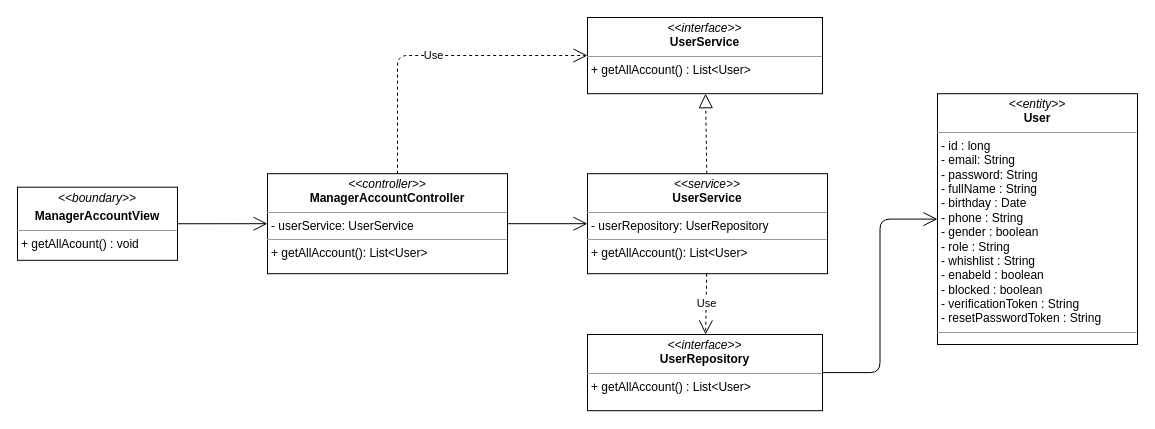
The draw.io diagram class diagram/manager-user-class-diagram.drawio in nguyenphamvan/datn_20202, before the edit. Source tidied: cells renumbered, new cells numbered last; positions are measured from the earlier drawing's top-left corner, leaving out a move shared by most shapes. Both pictures are drawn from the tidied source at 100%, with x=0, y=0 at pixel (17, 17).
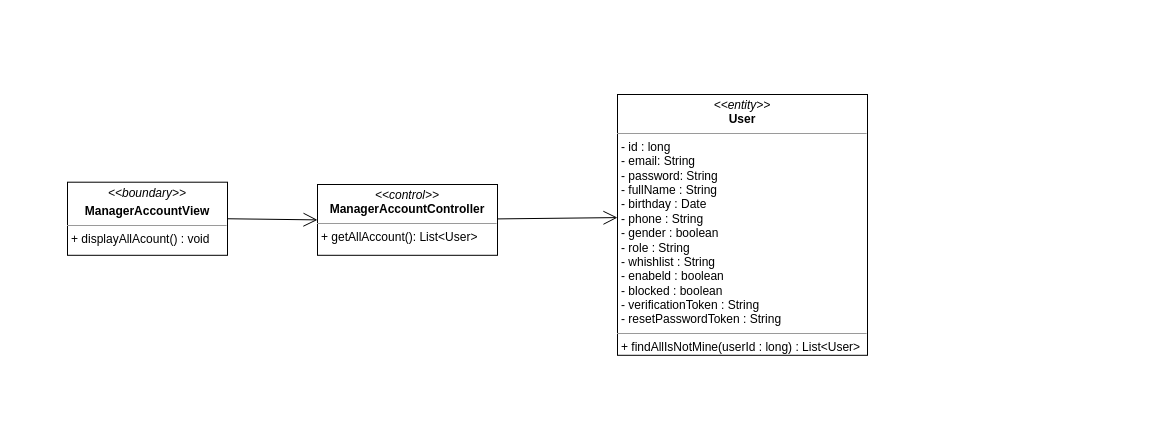
The same page after the edit.

Diff of the diagram source:
```diff
@@
 <mxGraphModel>
   <root>
     <mxCell id="0" />
     <mxCell id="1" parent="0" />
-    <mxCell id="2" value="&lt;p style=&quot;margin: 0px ; margin-top: 4px ; text-align: center&quot;&gt;&lt;i&gt;&amp;lt;&amp;lt;boundary&amp;gt;&amp;gt;&lt;/i&gt;&lt;/p&gt;&lt;p style=&quot;margin: 0px ; margin-top: 4px ; text-align: center&quot;&gt;&lt;b&gt;ManagerAccountView&lt;/b&gt;&lt;/p&gt;&lt;hr size=&quot;1&quot;&gt;&lt;p style=&quot;margin: 0px ; margin-left: 4px&quot;&gt;&lt;span&gt;+ getAllAcount() : void&lt;/span&gt;&lt;br&gt;&lt;/p&gt;" style="verticalAlign=top;align=left;overflow=fill;fontSize=12;fontFamily=Helvetica;html=1;" parent="1" vertex="1">
-      <mxGeometry y="169.7" width="160" height="73.1" as="geometry" />
+    <mxCell id="2" value="&lt;p style=&quot;margin: 0px ; margin-top: 4px ; text-align: center&quot;&gt;&lt;i&gt;&amp;lt;&amp;lt;boundary&amp;gt;&amp;gt;&lt;/i&gt;&lt;/p&gt;&lt;p style=&quot;margin: 0px ; margin-top: 4px ; text-align: center&quot;&gt;&lt;b&gt;ManagerAccountView&lt;/b&gt;&lt;/p&gt;&lt;hr size=&quot;1&quot;&gt;&lt;p style=&quot;margin: 0px ; margin-left: 4px&quot;&gt;&lt;span&gt;+ displayAllAcount() : void&lt;/span&gt;&lt;br&gt;&lt;/p&gt;" style="verticalAlign=top;align=left;overflow=fill;fontSize=12;fontFamily=Helvetica;html=1;" parent="1" vertex="1">
+      <mxGeometry x="50" y="164.7" width="160" height="73.1" as="geometry" />
     </mxCell>
     <mxCell id="3" style="endArrow=open;endFill=1;endSize=12;html=1;entryX=0;entryY=0.5;entryDx=0;entryDy=0;exitX=1;exitY=0.5;exitDx=0;exitDy=0;" parent="1" edge="1" source="2" target="8">
       <mxGeometry relative="1" as="geometry" />
     </mxCell>
-    <mxCell id="4" style="endArrow=open;endFill=1;endSize=12;html=1;entryX=0;entryY=0.5;entryDx=0;entryDy=0;exitX=1;exitY=0.5;exitDx=0;exitDy=0;edgeStyle=orthogonalEdgeStyle;" parent="1" edge="1" source="6" target="5">
-      <mxGeometry relative="1" as="geometry" />
-    </mxCell>
-    <mxCell id="5" value="&lt;p style=&quot;margin: 0px ; margin-top: 4px ; text-align: center&quot;&gt;&lt;i&gt;&amp;lt;&amp;lt;entity&amp;gt;&amp;gt;&lt;/i&gt;&lt;br&gt;&lt;b&gt;User&lt;/b&gt;&lt;/p&gt;&lt;hr size=&quot;1&quot;&gt;&lt;p style=&quot;margin: 0px ; margin-left: 4px&quot;&gt;- id : long&lt;/p&gt;&lt;p style=&quot;margin: 0px ; margin-left: 4px&quot;&gt;- email: String&lt;br&gt;- password: String&lt;/p&gt;&lt;p style=&quot;margin: 0px ; margin-left: 4px&quot;&gt;- fullName : String&lt;/p&gt;&lt;p style=&quot;margin: 0px ; margin-left: 4px&quot;&gt;- birthday : Date&lt;/p&gt;&lt;p style=&quot;margin: 0px ; margin-left: 4px&quot;&gt;- phone : String&lt;/p&gt;&lt;p style=&quot;margin: 0px ; margin-left: 4px&quot;&gt;- gender : boolean&lt;/p&gt;&lt;p style=&quot;margin: 0px ; margin-left: 4px&quot;&gt;- role : String&lt;/p&gt;&lt;p style=&quot;margin: 0px ; margin-left: 4px&quot;&gt;- whishlist : String&lt;/p&gt;&lt;p style=&quot;margin: 0px ; margin-left: 4px&quot;&gt;- enabeld : boolean&lt;/p&gt;&lt;p style=&quot;margin: 0px ; margin-left: 4px&quot;&gt;- blocked : boolean&lt;/p&gt;&lt;p style=&quot;margin: 0px ; margin-left: 4px&quot;&gt;- verificationToken : String&lt;/p&gt;&lt;p style=&quot;margin: 0px ; margin-left: 4px&quot;&gt;- resetPasswordToken : String&lt;/p&gt;&lt;hr size=&quot;1&quot;&gt;&lt;p style=&quot;margin: 0px ; margin-left: 4px&quot;&gt;&lt;br&gt;&lt;/p&gt;" style="verticalAlign=top;align=left;overflow=fill;fontSize=12;fontFamily=Helvetica;html=1;" parent="1" vertex="1">
-      <mxGeometry x="920" y="76.2" width="200" height="250.8" as="geometry" />
+    <mxCell id="5" value="&lt;p style=&quot;margin: 0px ; margin-top: 4px ; text-align: center&quot;&gt;&lt;i&gt;&amp;lt;&amp;lt;entity&amp;gt;&amp;gt;&lt;/i&gt;&lt;br&gt;&lt;b&gt;User&lt;/b&gt;&lt;/p&gt;&lt;hr size=&quot;1&quot;&gt;&lt;p style=&quot;margin: 0px ; margin-left: 4px&quot;&gt;- id : long&lt;/p&gt;&lt;p style=&quot;margin: 0px ; margin-left: 4px&quot;&gt;- email: String&lt;br&gt;- password: String&lt;/p&gt;&lt;p style=&quot;margin: 0px ; margin-left: 4px&quot;&gt;- fullName : String&lt;/p&gt;&lt;p style=&quot;margin: 0px ; margin-left: 4px&quot;&gt;- birthday : Date&lt;/p&gt;&lt;p style=&quot;margin: 0px ; margin-left: 4px&quot;&gt;- phone : String&lt;/p&gt;&lt;p style=&quot;margin: 0px ; margin-left: 4px&quot;&gt;- gender : boolean&lt;/p&gt;&lt;p style=&quot;margin: 0px ; margin-left: 4px&quot;&gt;- role : String&lt;/p&gt;&lt;p style=&quot;margin: 0px ; margin-left: 4px&quot;&gt;- whishlist : String&lt;/p&gt;&lt;p style=&quot;margin: 0px ; margin-left: 4px&quot;&gt;- enabeld : boolean&lt;/p&gt;&lt;p style=&quot;margin: 0px ; margin-left: 4px&quot;&gt;- blocked : boolean&lt;/p&gt;&lt;p style=&quot;margin: 0px ; margin-left: 4px&quot;&gt;- verificationToken : String&lt;/p&gt;&lt;p style=&quot;margin: 0px ; margin-left: 4px&quot;&gt;- resetPasswordToken : String&lt;/p&gt;&lt;hr size=&quot;1&quot;&gt;&lt;p style=&quot;margin: 0px ; margin-left: 4px&quot;&gt;+ findAllIsNotMine(userId : long) : List&amp;lt;User&amp;gt;&lt;/p&gt;" style="verticalAlign=top;align=left;overflow=fill;fontSize=12;fontFamily=Helvetica;html=1;" parent="1" vertex="1">
+      <mxGeometry x="600" y="77" width="250" height="260.8" as="geometry" />
     </mxCell>
-    <mxCell id="6" value="&lt;p style=&quot;margin: 0px ; margin-top: 4px ; text-align: center&quot;&gt;&lt;i&gt;&amp;lt;&amp;lt;interface&amp;gt;&amp;gt;&lt;/i&gt;&lt;br&gt;&lt;b&gt;UserRepository&lt;/b&gt;&lt;/p&gt;&lt;hr size=&quot;1&quot;&gt;&lt;p style=&quot;margin: 0px ; margin-left: 4px&quot;&gt;+ getAllAccount() : List&amp;lt;User&amp;gt;&lt;/p&gt;" style="verticalAlign=top;align=left;overflow=fill;fontSize=12;fontFamily=Helvetica;html=1;" parent="1" vertex="1">
-      <mxGeometry x="570" y="317" width="235" height="76.2" as="geometry" />
-    </mxCell>
-    <mxCell id="7" value="&lt;p style=&quot;margin: 0px ; margin-top: 4px ; text-align: center&quot;&gt;&lt;i&gt;&amp;lt;&amp;lt;interface&amp;gt;&amp;gt;&lt;/i&gt;&lt;br&gt;&lt;b&gt;UserService&lt;/b&gt;&lt;/p&gt;&lt;hr size=&quot;1&quot;&gt;&lt;p style=&quot;margin: 0px ; margin-left: 4px&quot;&gt;+ getAllAccount() : List&amp;lt;User&amp;gt;&lt;/p&gt;" style="verticalAlign=top;align=left;overflow=fill;fontSize=12;fontFamily=Helvetica;html=1;" parent="1" vertex="1">
-      <mxGeometry x="570" width="235" height="76.2" as="geometry" />
-    </mxCell>
-    <mxCell id="8" value="&lt;p style=&quot;margin: 0px ; margin-top: 4px ; text-align: center&quot;&gt;&lt;i&gt;&amp;lt;&amp;lt;controller&amp;gt;&amp;gt;&lt;/i&gt;&lt;br&gt;&lt;b&gt;ManagerAccountController&lt;/b&gt;&lt;br&gt;&lt;/p&gt;&lt;hr size=&quot;1&quot;&gt;&lt;p style=&quot;margin: 0px ; margin-left: 4px&quot;&gt;- userService: UserService&lt;br&gt;&lt;/p&gt;&lt;hr size=&quot;1&quot;&gt;&lt;p style=&quot;margin: 0px ; margin-left: 4px&quot;&gt;+ getAllAccount(): List&amp;lt;User&amp;gt;&lt;br&gt;&lt;/p&gt;" style="verticalAlign=top;align=left;overflow=fill;fontSize=12;fontFamily=Helvetica;html=1;" parent="1" vertex="1">
-      <mxGeometry x="250" y="156.2" width="240" height="100" as="geometry" />
+    <mxCell id="8" value="&lt;p style=&quot;margin: 0px ; margin-top: 4px ; text-align: center&quot;&gt;&lt;i&gt;&amp;lt;&amp;lt;control&amp;gt;&amp;gt;&lt;/i&gt;&lt;br&gt;&lt;b&gt;ManagerAccountController&lt;/b&gt;&lt;/p&gt;&lt;hr size=&quot;1&quot;&gt;&lt;p style=&quot;margin: 0px ; margin-left: 4px&quot;&gt;+ getAllAccount(): List&amp;lt;User&amp;gt;&lt;br&gt;&lt;/p&gt;" style="verticalAlign=top;align=left;overflow=fill;fontSize=12;fontFamily=Helvetica;html=1;" parent="1" vertex="1">
+      <mxGeometry x="300" y="167" width="180" height="70.8" as="geometry" />
     </mxCell>
-    <mxCell id="9" value="&lt;p style=&quot;margin: 0px ; margin-top: 4px ; text-align: center&quot;&gt;&lt;i&gt;&amp;lt;&amp;lt;service&amp;gt;&amp;gt;&lt;/i&gt;&lt;br&gt;&lt;b&gt;UserService&lt;/b&gt;&lt;/p&gt;&lt;hr size=&quot;1&quot;&gt;&lt;p style=&quot;margin: 0px ; margin-left: 4px&quot;&gt;- userRepository: UserRepository&lt;br&gt;&lt;/p&gt;&lt;hr size=&quot;1&quot;&gt;&lt;p style=&quot;margin: 0px ; margin-left: 4px&quot;&gt;+ getAllAccount(): List&amp;lt;User&amp;gt;&lt;br&gt;&lt;/p&gt;" style="verticalAlign=top;align=left;overflow=fill;fontSize=12;fontFamily=Helvetica;html=1;" parent="1" vertex="1">
-      <mxGeometry x="570" y="156.2" width="240" height="100" as="geometry" />
-    </mxCell>
-    <mxCell id="10" value="Use" style="endArrow=open;endSize=12;dashed=1;html=1;edgeStyle=orthogonalEdgeStyle;" parent="1" edge="1" source="8" target="7">
-      <mxGeometry relative="1" as="geometry">
-        <Array as="points">
-          <mxPoint x="380" y="38" />
-        </Array>
-      </mxGeometry>
-    </mxCell>
-    <mxCell id="11" style="endArrow=block;dashed=1;endFill=0;endSize=12;html=1;" parent="1" edge="1" source="9" target="7">
-      <mxGeometry relative="1" as="geometry" />
-    </mxCell>
-    <mxCell id="12" value="Use" style="endArrow=open;endSize=12;dashed=1;html=1;" parent="1" edge="1" source="9" target="6">
-      <mxGeometry relative="1" as="geometry" />
-    </mxCell>
-    <mxCell id="13" style="endArrow=open;endFill=1;endSize=12;html=1;" parent="1" edge="1" source="8" target="9">
+    <mxCell id="13" style="endArrow=open;endFill=1;endSize=12;html=1;entryX=0;entryY=0.472;entryDx=0;entryDy=0;entryPerimeter=0;" parent="1" edge="1" source="8" target="5">
       <mxGeometry relative="1" as="geometry" />
     </mxCell>
   </root>
 </mxGraphModel>
```
